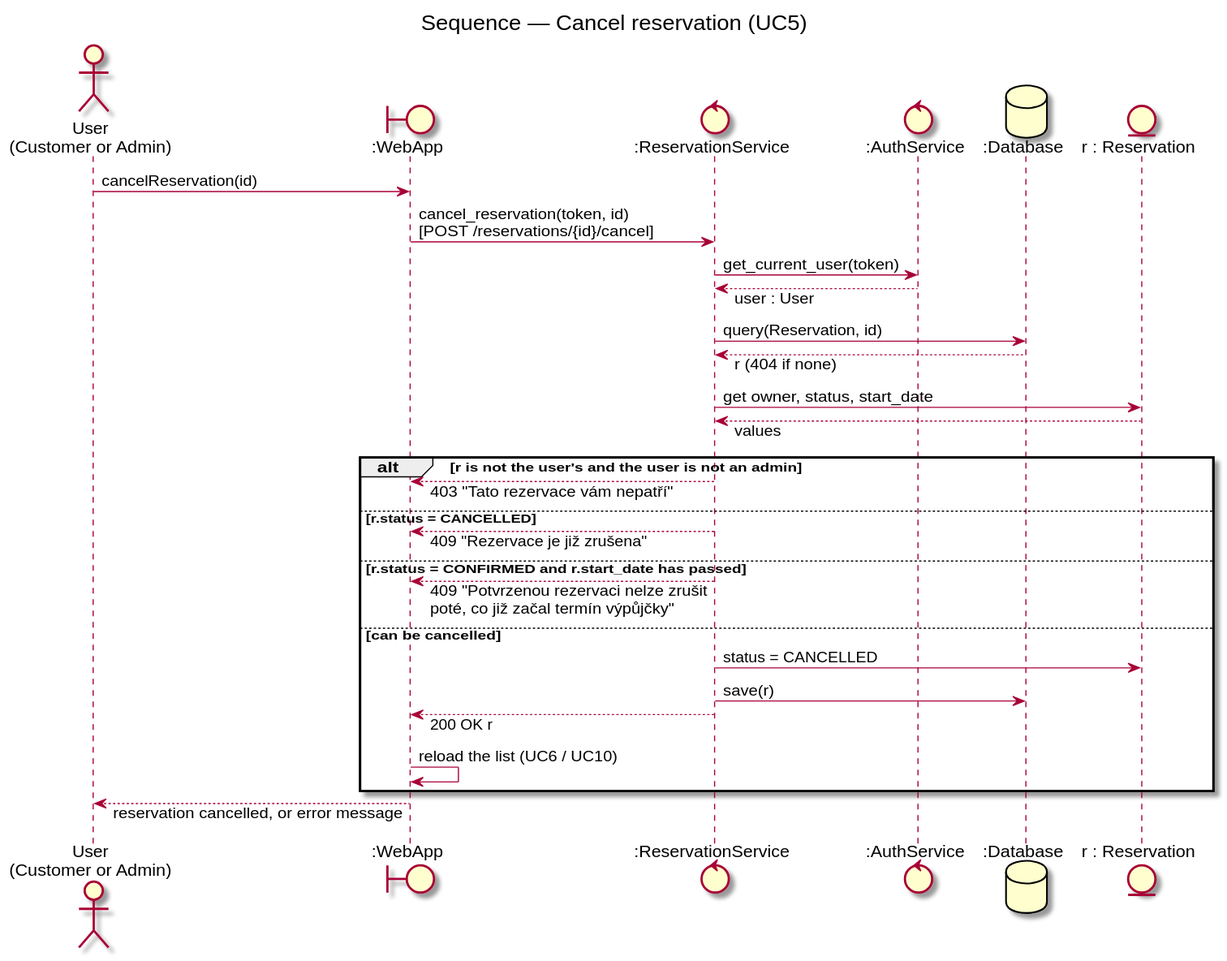
The PlantUML diagram docs/diagrams/sequence-cancel-reservation.svg in DavidMagyarics/CarRentalVSB, before a commit.
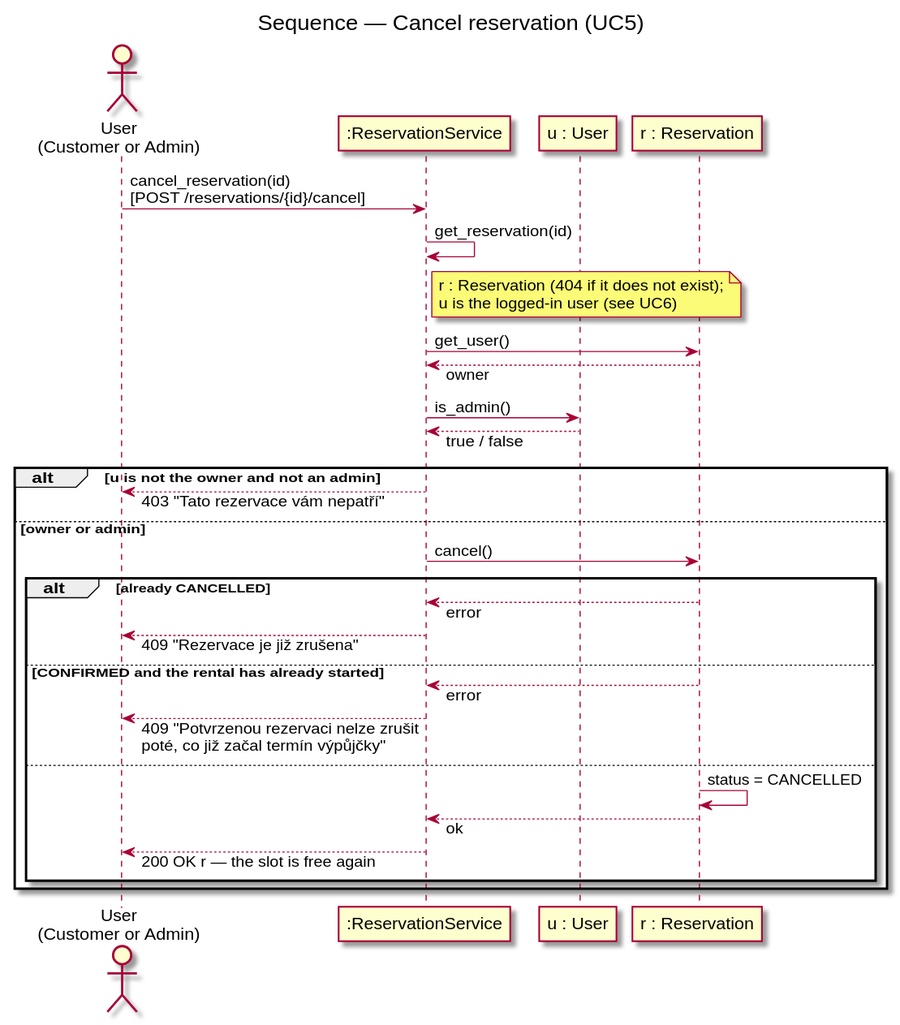
The same file after the commit.

What changed in the source:
```diff
@@ -4,33 +4,35 @@
 skinparam maxMessageSize 260
 title Sequence — Cancel reservation (UC5)
 actor "User\n(Customer or Admin)" as User
-boundary ":WebApp" as Web
-control ":ReservationService" as Res
-control ":AuthService" as Auth
-database ":Database" as DB
-entity "r : Reservation" as R
+participant ":ReservationService" as Res
+participant "u : User" as U
+participant "r : Reservation" as R
 
-User -> Web : cancelReservation(id)
-Web -> Res : cancel_reservation(token, id)\n[POST /reservations/{id}/cancel]
-Res -> Auth : get_current_user(token)
-Auth --> Res : user : User
-Res -> DB : query(Reservation, id)
-DB --> Res : r (404 if none)
-Res -> R : get owner, status, start_date
-R --> Res : values
+User -> Res : cancel_reservation(id)\n[POST /reservations/{id}/cancel]
+Res -> Res : get_reservation(id)
+note right of Res
+  r : Reservation (404 if it does not exist);
+  u is the logged-in user (see UC6)
+end note
+Res -> R : get_user()
+R --> Res : owner
+Res -> U : is_admin()
+U --> Res : true / false
 
-alt r is not the user's and the user is not an admin
-  Res --> Web : 403 "Tato rezervace vám nepatří"
-else r.status = CANCELLED
-  Res --> Web : 409 "Rezervace je již zrušena"
-else r.status = CONFIRMED and r.start_date has passed
-  Res --> Web : 409 "Potvrzenou rezervaci nelze zrušit\npoté, co již začal termín výpůjčky"
-else can be cancelled
-  Res -> R : status = CANCELLED
-  Res -> DB : save(r)
-  Res --> Web : 200 OK r
-  Web -> Web : reload the list (UC6 / UC10)
+alt u is not the owner and not an admin
+  Res --> User : 403 "Tato rezervace vám nepatří"
+else owner or admin
+  Res -> R : cancel()
+  alt already CANCELLED
+    R --> Res : error
+    Res --> User : 409 "Rezervace je již zrušena"
+  else CONFIRMED and the rental has already started
+    R --> Res : error
+    Res --> User : 409 "Potvrzenou rezervaci nelze zrušit\npoté, co již začal termín výpůjčky"
+  else
+    R -> R : status = CANCELLED
+    R --> Res : ok
+    Res --> User : 200 OK r — the slot is free again
+  end
 end
-
-Web --> User : reservation cancelled, or error message
 @enduml
```
